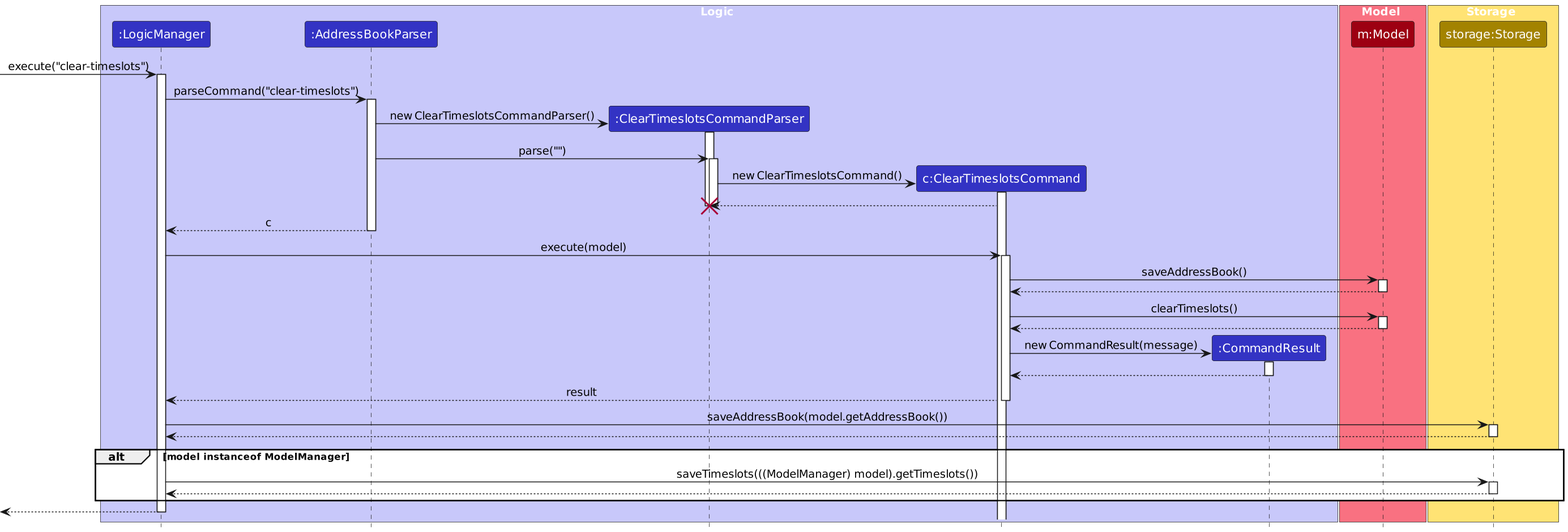
Earlier version of the PlantUML export diagrams/Timeslots/ClearTimeslotsSequenceDiagram.png (PhoebeY05/tp). Its source is kept beside it as diagrams/Timeslots/ClearTimeslotsSequenceDiagram.puml. Its diagram source:
```plantuml
@startuml
!include ../style.puml
skinparam ArrowFontStyle plain

box Logic LOGIC_COLOR_T1
participant ":LogicManager" as LogicManager LOGIC_COLOR
participant ":AddressBookParser" as AddressBookParser LOGIC_COLOR
participant ":ClearTimeslotsCommandParser" as ClearTimeslotsCommandParser LOGIC_COLOR
participant "c:ClearTimeslotsCommand" as ClearTimeslotsCommand LOGIC_COLOR
participant ":CommandResult" as CommandResult LOGIC_COLOR
end box

box Model MODEL_COLOR_T1
participant "m:Model" as Model MODEL_COLOR
end box

box Storage STORAGE_COLOR_T1
participant "storage:Storage" as Storage STORAGE_COLOR
end box

[-> LogicManager : execute("clear-timeslots")
activate LogicManager

LogicManager -> AddressBookParser : parseCommand("clear-timeslots")
activate AddressBookParser

create ClearTimeslotsCommandParser
AddressBookParser -> ClearTimeslotsCommandParser : new ClearTimeslotsCommandParser()
activate ClearTimeslotsCommandParser

AddressBookParser -> ClearTimeslotsCommandParser : parse("")
activate ClearTimeslotsCommandParser

create ClearTimeslotsCommand
ClearTimeslotsCommandParser -> ClearTimeslotsCommand : new ClearTimeslotsCommand()
activate ClearTimeslotsCommand

ClearTimeslotsCommand --> ClearTimeslotsCommandParser
deactivate ClearTimeslotsCommandParser
destroy ClearTimeslotsCommandParser

AddressBookParser --> LogicManager : c
deactivate AddressBookParser

LogicManager -> ClearTimeslotsCommand : execute(model)
activate ClearTimeslotsCommand

ClearTimeslotsCommand -> Model : saveAddressBook()
activate Model
Model --> ClearTimeslotsCommand
deactivate Model

ClearTimeslotsCommand -> Model : clearTimeslots()
activate Model
Model --> ClearTimeslotsCommand
deactivate Model

create CommandResult
ClearTimeslotsCommand -> CommandResult : new CommandResult(message)
activate CommandResult
CommandResult --> ClearTimeslotsCommand
deactivate CommandResult

ClearTimeslotsCommand --> LogicManager : result
deactivate ClearTimeslotsCommand

LogicManager -> Storage : saveAddressBook(model.getAddressBook())
activate Storage
Storage --> LogicManager
deactivate Storage

alt model instanceof ModelManager
    LogicManager -> Storage : saveTimeslots(((ModelManager) model).getTimeslots())
    activate Storage
    Storage --> LogicManager
    deactivate Storage
end

[<-- LogicManager
deactivate LogicManager

scale 1.5
@enduml
```
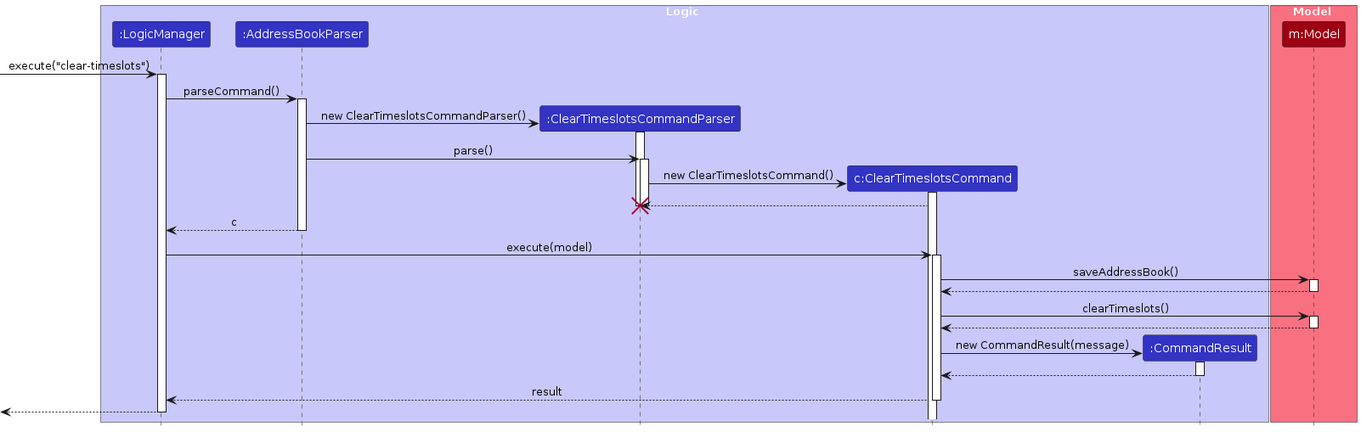
Later version of the same file.

What changed in the source:
```diff
@@ -14,21 +14,17 @@
 participant "m:Model" as Model MODEL_COLOR
 end box
 
-box Storage STORAGE_COLOR_T1
-participant "storage:Storage" as Storage STORAGE_COLOR
-end box
-
 [-> LogicManager : execute("clear-timeslots")
 activate LogicManager
 
-LogicManager -> AddressBookParser : parseCommand("clear-timeslots")
+LogicManager -> AddressBookParser : parseCommand()
 activate AddressBookParser
 
 create ClearTimeslotsCommandParser
 AddressBookParser -> ClearTimeslotsCommandParser : new ClearTimeslotsCommandParser()
 activate ClearTimeslotsCommandParser
 
-AddressBookParser -> ClearTimeslotsCommandParser : parse("")
+AddressBookParser -> ClearTimeslotsCommandParser : parse()
 activate ClearTimeslotsCommandParser
 
 create ClearTimeslotsCommand
@@ -64,20 +60,8 @@
 ClearTimeslotsCommand --> LogicManager : result
 deactivate ClearTimeslotsCommand
 
-LogicManager -> Storage : saveAddressBook(model.getAddressBook())
-activate Storage
-Storage --> LogicManager
-deactivate Storage
-
-alt model instanceof ModelManager
-    LogicManager -> Storage : saveTimeslots(((ModelManager) model).getTimeslots())
-    activate Storage
-    Storage --> LogicManager
-    deactivate Storage
-end
 
 [<-- LogicManager
 deactivate LogicManager
 
-scale 1.5
 @enduml
```
